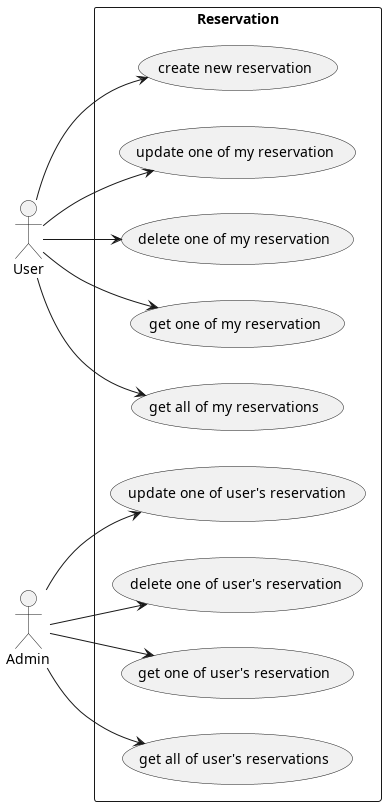
This is diagrams/usecase/reservation/reservation.png from TeaChanathip/SwDev-Project, a PlantUML export, as it was before one commit. Source of this version:
```plantuml
@startuml reservation
left to right direction

actor User
actor Admin

rectangle "Reservation" {
    usecase "create new reservation" as ReserveUC1
    usecase "update one of my reservation" as ReserveUC2
    usecase "delete one of my reservation" as ReserveUC3
    usecase "get one of my reservation" as ReserveUC4
    usecase "get all of my reservations" as ReserveUC5

    usecase "update one of user's reservation" as ReserveUC6
    usecase "delete one of user's reservation" as ReserveUC7
    usecase "get one of user's reservation" as ReserveUC8
    usecase "get all of user's reservations" as ReserveUC9
}

User --> ReserveUC1
User --> ReserveUC2
User --> ReserveUC3
User --> ReserveUC4
User --> ReserveUC5

Admin --> ReserveUC6
Admin --> ReserveUC7
Admin --> ReserveUC8
Admin --> ReserveUC9

@enduml
```
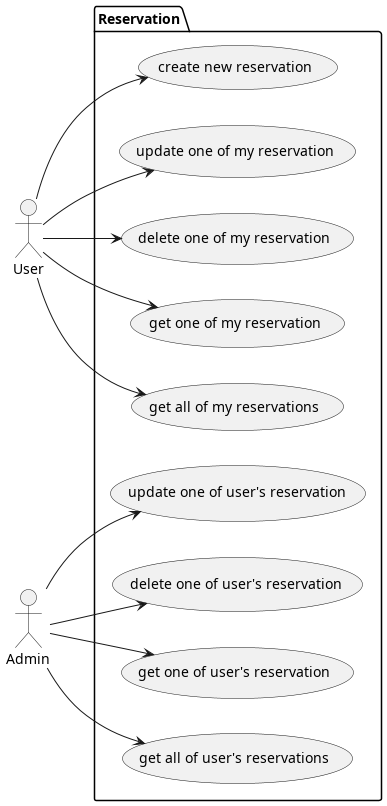
Later version of the same file.

What changed in the source:
```diff
@@ -4,7 +4,7 @@
 actor User
 actor Admin
 
-rectangle "Reservation" {
+package "Reservation" {
     usecase "create new reservation" as ReserveUC1
     usecase "update one of my reservation" as ReserveUC2
     usecase "delete one of my reservation" as ReserveUC3
```
